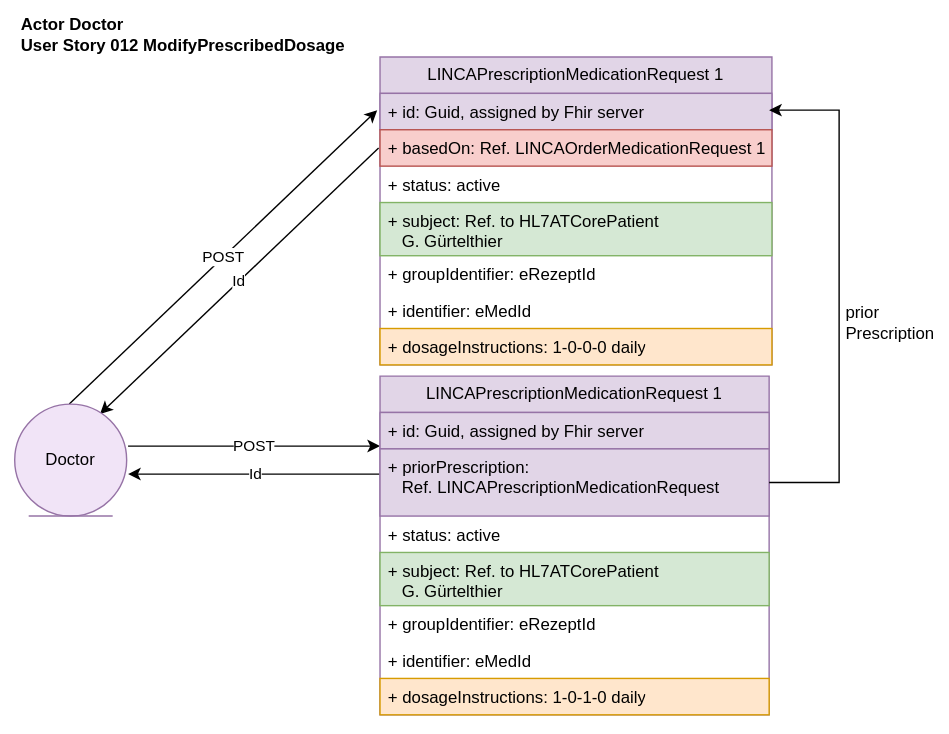
Earlier version of the draw.io export r5-LinkedCare-dev/UserStory_012_diagram.svg (HL7Austria/hl7austria.github.io). Source tidied: cells renumbered, new cells last; positions are measured from the earlier drawing's top-left corner, leaving out a move shared by most shapes.
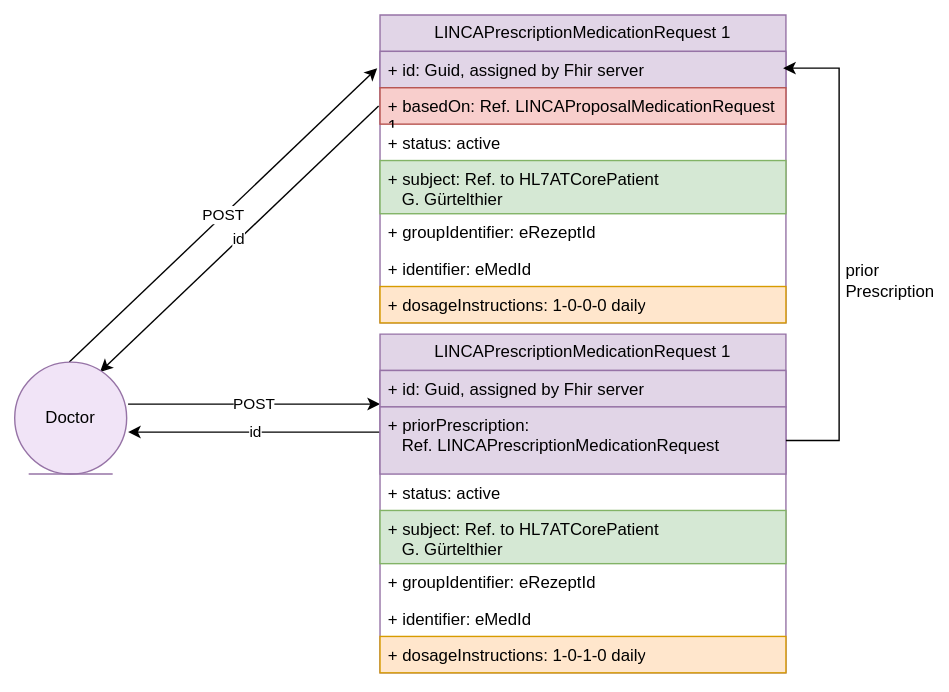
After the commit.

Change to the diagram source:
```diff
@@ -2,9 +2,6 @@
   <root>
     <mxCell id="0" />
     <mxCell id="1" parent="0" />
-    <mxCell id="2" value="&lt;div style=&quot;text-align: left;&quot;&gt;&lt;span style=&quot;background-color: initial;&quot;&gt;Actor Doctor&lt;/span&gt;&lt;/div&gt;User Story 012 ModifyPrescribedDosage" style="text;align=center;fontStyle=1;verticalAlign=middle;spacingLeft=3;spacingRight=3;strokeColor=none;html=1;" parent="1" vertex="1">
-      <mxGeometry width="240" height="26" as="geometry" />
-    </mxCell>
     <mxCell id="3" value="POST" style="endArrow=classic;html=1;rounded=0;" parent="1" edge="1">
       <mxGeometry relative="1" as="geometry">
         <mxPoint x="81" y="307" as="sourcePoint" />
@@ -12,62 +9,62 @@
       </mxGeometry>
     </mxCell>
     <mxCell id="4" value="LINCAPrescriptionMedicationRequest 1" style="swimlane;fontStyle=0;horizontal=1;startSize=26;fillColor=#e1d5e7;whiteSpace=wrap;html=1;strokeColor=#9673a6;" parent="1" vertex="1">
-      <mxGeometry x="261" y="29" width="280" height="220" as="geometry" />
+      <mxGeometry x="261" y="29" width="290" height="220" as="geometry" />
     </mxCell>
     <mxCell id="5" value="+ id: Guid, assigned by Fhir server" style="text;strokeColor=#9673a6;fillColor=#e1d5e7;align=left;verticalAlign=top;spacingLeft=4;spacingRight=4;overflow=hidden;whiteSpace=wrap;html=1;" parent="4" vertex="1">
-      <mxGeometry y="26" width="280" height="26" as="geometry" />
+      <mxGeometry y="26" width="290" height="26" as="geometry" />
     </mxCell>
-    <mxCell id="6" value="+ basedOn: Ref. LINCAOrderMedicationRequest 1" style="text;strokeColor=#b85450;fillColor=#f8cecc;align=left;verticalAlign=top;spacingLeft=4;spacingRight=4;overflow=hidden;whiteSpace=wrap;html=1;" parent="4" vertex="1">
-      <mxGeometry y="52" width="280" height="26" as="geometry" />
+    <mxCell id="6" value="+ basedOn: Ref. LINCAProposalMedicationRequest 1" style="text;strokeColor=#b85450;fillColor=#f8cecc;align=left;verticalAlign=top;spacingLeft=4;spacingRight=4;overflow=hidden;whiteSpace=wrap;html=1;" parent="4" vertex="1">
+      <mxGeometry y="52" width="290" height="26" as="geometry" />
     </mxCell>
     <mxCell id="7" value="+ status: active" style="text;align=left;verticalAlign=top;spacingLeft=4;spacingRight=4;overflow=hidden;whiteSpace=wrap;html=1;" parent="4" vertex="1">
-      <mxGeometry y="78" width="280" height="26" as="geometry" />
+      <mxGeometry y="78" width="290" height="26" as="geometry" />
     </mxCell>
     <mxCell id="8" value="+ subject: Ref. to HL7ATCorePatient&amp;nbsp; &lt;br&gt;&amp;nbsp; &amp;nbsp;G. Gürtelthier" style="text;strokeColor=#82b366;fillColor=#d5e8d4;align=left;verticalAlign=top;spacingLeft=4;spacingRight=4;overflow=hidden;whiteSpace=wrap;html=1;" parent="4" vertex="1">
-      <mxGeometry y="104" width="280" height="38" as="geometry" />
+      <mxGeometry y="104" width="290" height="38" as="geometry" />
     </mxCell>
     <mxCell id="9" value="+ groupIdentifier: eRezeptId" style="text;align=left;verticalAlign=top;spacingLeft=4;spacingRight=4;overflow=hidden;whiteSpace=wrap;html=1;" parent="4" vertex="1">
-      <mxGeometry y="142" width="280" height="26" as="geometry" />
+      <mxGeometry y="142" width="290" height="26" as="geometry" />
     </mxCell>
     <mxCell id="10" value="+ identifier: eMedId" style="text;align=left;verticalAlign=top;spacingLeft=4;spacingRight=4;overflow=hidden;whiteSpace=wrap;html=1;" parent="4" vertex="1">
-      <mxGeometry y="168" width="280" height="26" as="geometry" />
+      <mxGeometry y="168" width="290" height="26" as="geometry" />
     </mxCell>
     <mxCell id="11" value="+ dosageInstructions: 1-0-0-0 daily" style="text;align=left;verticalAlign=top;spacingLeft=4;spacingRight=4;overflow=hidden;whiteSpace=wrap;html=1;fillColor=#ffe6cc;strokeColor=#d79b00;" parent="4" vertex="1">
-      <mxGeometry y="194" width="280" height="26" as="geometry" />
+      <mxGeometry y="194" width="290" height="26" as="geometry" />
     </mxCell>
-    <mxCell id="12" value="Id" style="endArrow=classic;html=1;rounded=0;exitX=0;exitY=0.5;exitDx=0;exitDy=0;" parent="1" edge="1">
+    <mxCell id="12" value="id" style="endArrow=classic;html=1;rounded=0;exitX=0;exitY=0.5;exitDx=0;exitDy=0;" parent="1" edge="1">
       <mxGeometry relative="1" as="geometry">
         <mxPoint x="264" y="327" as="sourcePoint" />
         <mxPoint x="81" y="327" as="targetPoint" />
       </mxGeometry>
     </mxCell>
     <mxCell id="13" value="LINCAPrescriptionMedicationRequest 1" style="swimlane;fontStyle=0;horizontal=1;startSize=26;fillColor=#e1d5e7;whiteSpace=wrap;html=1;strokeColor=#9673a6;" parent="1" vertex="1">
-      <mxGeometry x="261" y="257" width="278" height="242" as="geometry" />
+      <mxGeometry x="261" y="257" width="290" height="242" as="geometry" />
     </mxCell>
     <mxCell id="14" value="+ id: Guid, assigned by Fhir server" style="text;strokeColor=#9673a6;fillColor=#e1d5e7;align=left;verticalAlign=top;spacingLeft=4;spacingRight=4;overflow=hidden;whiteSpace=wrap;html=1;" parent="13" vertex="1">
-      <mxGeometry y="26" width="278" height="26" as="geometry" />
+      <mxGeometry y="26" width="290" height="26" as="geometry" />
     </mxCell>
     <mxCell id="15" value="+ priorPrescription: &lt;br&gt;&amp;nbsp; &amp;nbsp;Ref. LINCAPrescriptionMedicationRequest" style="text;strokeColor=#9673a6;fillColor=#e1d5e7;align=left;verticalAlign=top;spacingLeft=4;spacingRight=4;overflow=hidden;points=[[0,0.5],[1,0.5]];portConstraint=eastwest;whiteSpace=wrap;html=1;" parent="13" vertex="1">
-      <mxGeometry y="52" width="278" height="48" as="geometry" />
+      <mxGeometry y="52" width="290" height="48" as="geometry" />
     </mxCell>
     <mxCell id="16" value="+ status: active" style="text;align=left;verticalAlign=top;spacingLeft=4;spacingRight=4;overflow=hidden;whiteSpace=wrap;html=1;" parent="13" vertex="1">
-      <mxGeometry y="100" width="278" height="26" as="geometry" />
+      <mxGeometry y="100" width="290" height="26" as="geometry" />
     </mxCell>
     <mxCell id="17" value="+ subject: Ref. to HL7ATCorePatient&amp;nbsp; &lt;br&gt;&amp;nbsp; &amp;nbsp;G. Gürtelthier" style="text;strokeColor=#82b366;fillColor=#d5e8d4;align=left;verticalAlign=top;spacingLeft=4;spacingRight=4;overflow=hidden;whiteSpace=wrap;html=1;" parent="13" vertex="1">
-      <mxGeometry y="126" width="278" height="38" as="geometry" />
+      <mxGeometry y="126" width="290" height="38" as="geometry" />
     </mxCell>
     <mxCell id="18" value="+ groupIdentifier: eRezeptId" style="text;align=left;verticalAlign=top;spacingLeft=4;spacingRight=4;overflow=hidden;whiteSpace=wrap;html=1;" parent="13" vertex="1">
-      <mxGeometry y="164" width="278" height="26" as="geometry" />
+      <mxGeometry y="164" width="290" height="26" as="geometry" />
     </mxCell>
     <mxCell id="19" value="+ identifier: eMedId" style="text;align=left;verticalAlign=top;spacingLeft=4;spacingRight=4;overflow=hidden;whiteSpace=wrap;html=1;" parent="13" vertex="1">
-      <mxGeometry y="190" width="278" height="26" as="geometry" />
+      <mxGeometry y="190" width="290" height="26" as="geometry" />
     </mxCell>
     <mxCell id="20" value="+ dosageInstructions: 1-0-1-0 daily" style="text;align=left;verticalAlign=top;spacingLeft=4;spacingRight=4;overflow=hidden;whiteSpace=wrap;html=1;fillColor=#ffe6cc;strokeColor=#d79b00;" parent="13" vertex="1">
-      <mxGeometry y="216" width="278" height="26" as="geometry" />
+      <mxGeometry y="216" width="290" height="26" as="geometry" />
     </mxCell>
     <mxCell id="21" style="endArrow=classic;html=1;rounded=0;exitX=1;exitY=0.5;exitDx=0;exitDy=0;" parent="1" edge="1" source="15">
       <mxGeometry relative="1" as="geometry">
-        <mxPoint x="539" y="67" as="targetPoint" />
+        <mxPoint x="549" y="67" as="targetPoint" />
         <Array as="points">
           <mxPoint x="589" y="333" />
           <mxPoint x="589" y="67" />
@@ -83,7 +80,7 @@
         <mxPoint x="259" y="67" as="targetPoint" />
       </mxGeometry>
     </mxCell>
-    <mxCell id="24" value="Id" style="endArrow=classic;html=1;rounded=0;" parent="1" edge="1">
+    <mxCell id="24" value="id" style="endArrow=classic;html=1;rounded=0;" parent="1" edge="1">
       <mxGeometry relative="1" as="geometry">
         <mxPoint x="260" y="94" as="sourcePoint" />
         <mxPoint x="61" y="284" as="targetPoint" />
```
